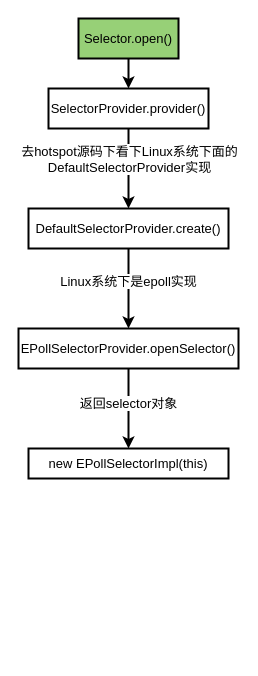
LiHuiBin1995/study-java keeps this draw.io diagram as page "第 3 页" (3 of 3) of netty/网络IO与Epoll模型.drawio. Above is the earlier version. Source tidied: cells renumbered, new cells numbered last; positions are measured from the earlier drawing's top-left corner, leaving out a move shared by most shapes. Both pictures are drawn from the tidied source at 100%, with x=0, y=0 at pixel (18, 18).
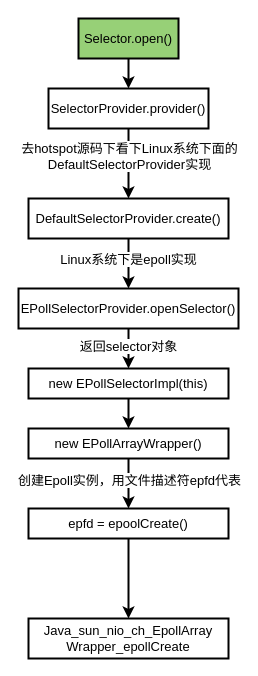
The same page after the edit.

Commit message:
更新网络IO与Epoll模型.drawio

Change to the diagram source:
```diff
@@
     <mxCell id="9" value="DefaultSelectorProvider.create()" style="rounded=0;whiteSpace=wrap;html=1;fontSize=13;strokeWidth=2;fillColor=#FFFFFF;verticalAlign=middle;" parent="1" vertex="1">
-      <mxGeometry x="10" y="190" width="200" height="40" as="geometry" />
+      <mxGeometry x="10" y="180" width="200" height="40" as="geometry" />
     </mxCell>
@@
     <mxCell id="12" value="EPollSelectorProvider.openSelector()" style="rounded=0;whiteSpace=wrap;html=1;fontSize=13;strokeWidth=2;fillColor=#FFFFFF;verticalAlign=middle;" parent="1" vertex="1">
-      <mxGeometry y="310" width="220" height="40" as="geometry" />
+      <mxGeometry y="270" width="220" height="40" as="geometry" />
     </mxCell>
+    <mxCell id="14" style="edgeStyle=orthogonalEdgeStyle;rounded=0;jettySize=auto;html=1;fontSize=13;strokeWidth=2;" parent="1" edge="1" source="13" target="17">
+      <mxGeometry relative="1" as="geometry" />
+    </mxCell>
     <mxCell id="13" value="new EPollSelectorImpl(this)" style="rounded=0;whiteSpace=wrap;html=1;fontSize=13;strokeWidth=2;fillColor=#FFFFFF;verticalAlign=middle;" parent="1" vertex="1">
-      <mxGeometry x="10" y="430" width="200" height="30" as="geometry" />
+      <mxGeometry x="10" y="350" width="200" height="30" as="geometry" />
     </mxCell>
+    <mxCell id="15" style="edgeStyle=orthogonalEdgeStyle;rounded=0;jettySize=auto;html=1;fontSize=13;strokeWidth=2;" parent="1" edge="1" source="17" target="19">
+      <mxGeometry relative="1" as="geometry" />
+    </mxCell>
+    <mxCell id="16" value="创建Epoll实例，用文件描述符epfd代表" style="edgeLabel;html=1;align=center;verticalAlign=middle;fontSize=13;" parent="15" vertex="1">
+      <mxGeometry x="-0.18" relative="1" as="geometry" />
+    </mxCell>
+    <mxCell id="17" value="new EPollArrayWrapper()" style="rounded=0;whiteSpace=wrap;html=1;fontSize=13;strokeWidth=2;fillColor=#FFFFFF;verticalAlign=middle;" parent="1" vertex="1">
+      <mxGeometry x="10" y="410" width="200" height="30" as="geometry" />
+    </mxCell>
+    <mxCell id="18" style="edgeStyle=orthogonalEdgeStyle;rounded=0;jettySize=auto;html=1;fontSize=13;strokeWidth=2;" parent="1" edge="1" source="19" target="20">
+      <mxGeometry relative="1" as="geometry" />
+    </mxCell>
+    <mxCell id="19" value="epfd = epoolCreate()" style="rounded=0;whiteSpace=wrap;html=1;fontSize=13;strokeWidth=2;fillColor=#FFFFFF;verticalAlign=middle;" parent="1" vertex="1">
+      <mxGeometry x="10" y="490" width="200" height="30" as="geometry" />
+    </mxCell>
+    <mxCell id="20" value="Java_sun_nio_ch_EpollArray&lt;br&gt;Wrapper_epollCreate" style="rounded=0;whiteSpace=wrap;html=1;fontSize=13;strokeWidth=2;fillColor=#FFFFFF;verticalAlign=middle;" parent="1" vertex="1">
+      <mxGeometry x="10" y="600" width="200" height="40" as="geometry" />
+    </mxCell>
```
